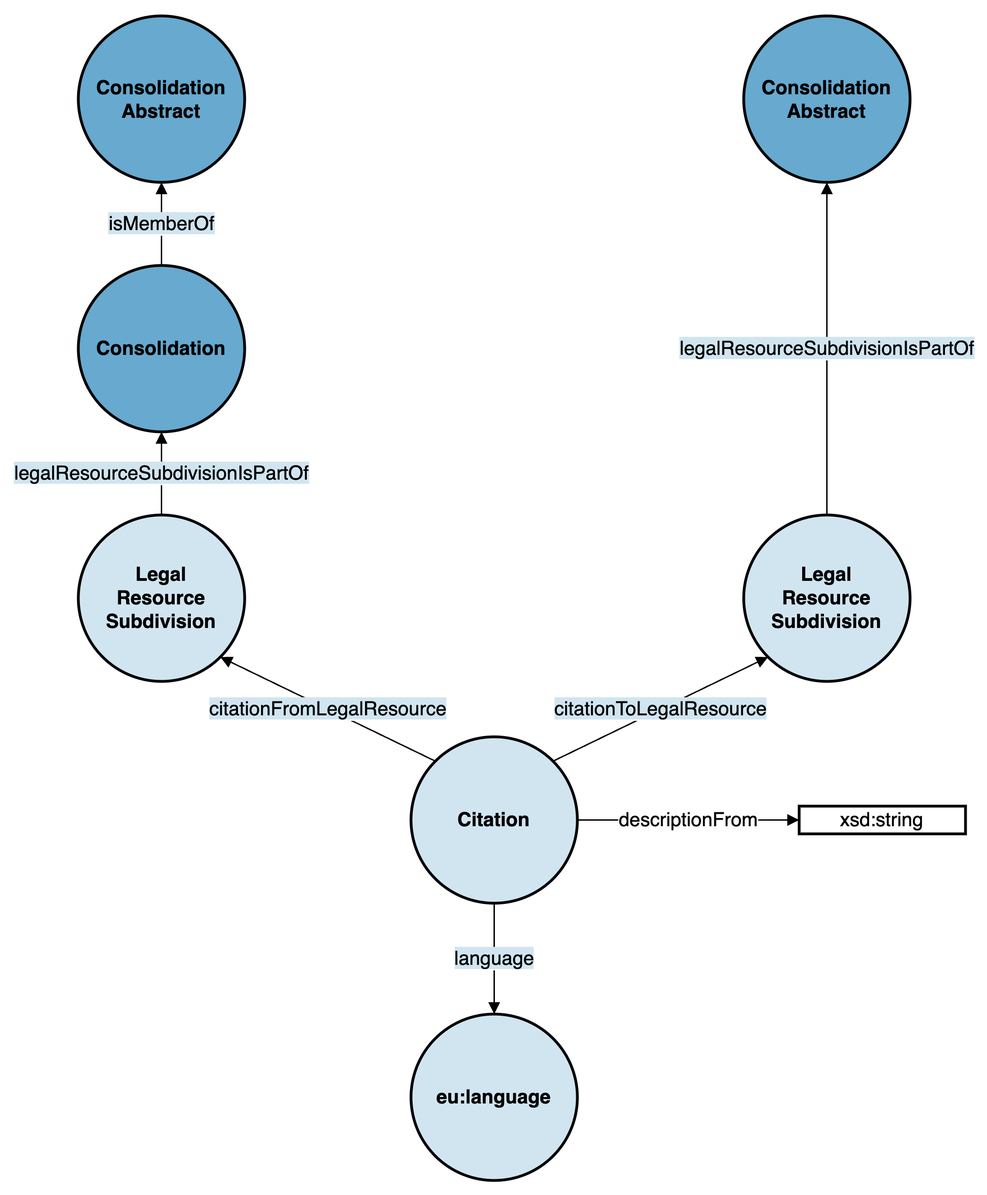
This is doc/img/citation.png from swiss/fedlex-jolux, a draw.io export, as it was before one commit. Source tidied: cells renumbered, new cells last; positions are measured from the earlier drawing's top-left corner, leaving out a move shared by most shapes.
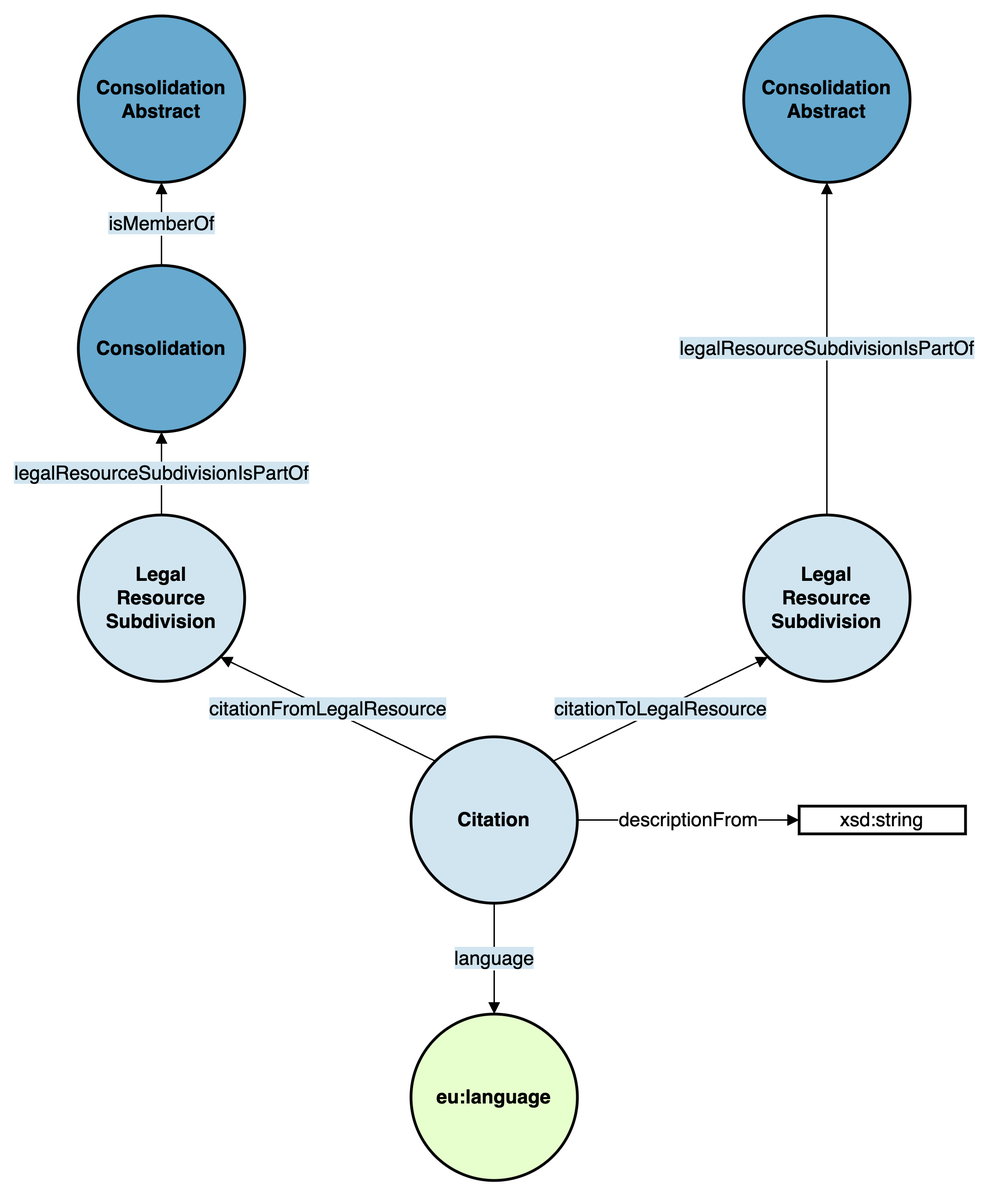
The same file after the commit.

The edit, as a diff of the source:
```diff
@@ -41,7 +41,7 @@
     <mxCell id="14" value="xsd:string" style="whiteSpace=wrap;html=1;rounded=0;shadow=0;glass=0;comic=0;strokeColor=#000000;strokeWidth=2;fillColor=#FFFFFF;gradientColor=none;fontSize=14;fontColor=#000000;align=center;" parent="1" vertex="1">
       <mxGeometry x="520" y="570" width="120" height="20" as="geometry" />
     </mxCell>
-    <mxCell id="15" value="&lt;b&gt;eu:language&lt;/b&gt;" style="ellipse;whiteSpace=wrap;html=1;rounded=0;shadow=0;glass=0;comic=0;strokeColor=#000000;strokeWidth=2;fillColor=#D1E5F0;gradientColor=none;fontSize=14;fontColor=#000000;align=center;" parent="1" vertex="1">
+    <mxCell id="15" value="&lt;b&gt;eu:language&lt;/b&gt;" style="ellipse;whiteSpace=wrap;html=1;rounded=0;shadow=0;glass=0;comic=0;strokeColor=#000000;strokeWidth=2;fillColor=#E6FFCC;gradientColor=none;fontSize=14;fontColor=#000000;align=center;" parent="1" vertex="1">
       <mxGeometry x="240" y="720" width="120" height="120" as="geometry" />
     </mxCell>
     <mxCell id="16" value="&lt;span style=&quot;background-color: rgb(209, 229, 240);&quot;&gt;language&lt;/span&gt;" style="endArrow=block;html=1;strokeColor=#000000;fontSize=14;fontColor=#000000;endFill=1;entryX=0.5;entryY=0;entryDx=0;entryDy=0;exitX=0.5;exitY=1;exitDx=0;exitDy=0;" parent="1" edge="1" source="3" target="15">
```
